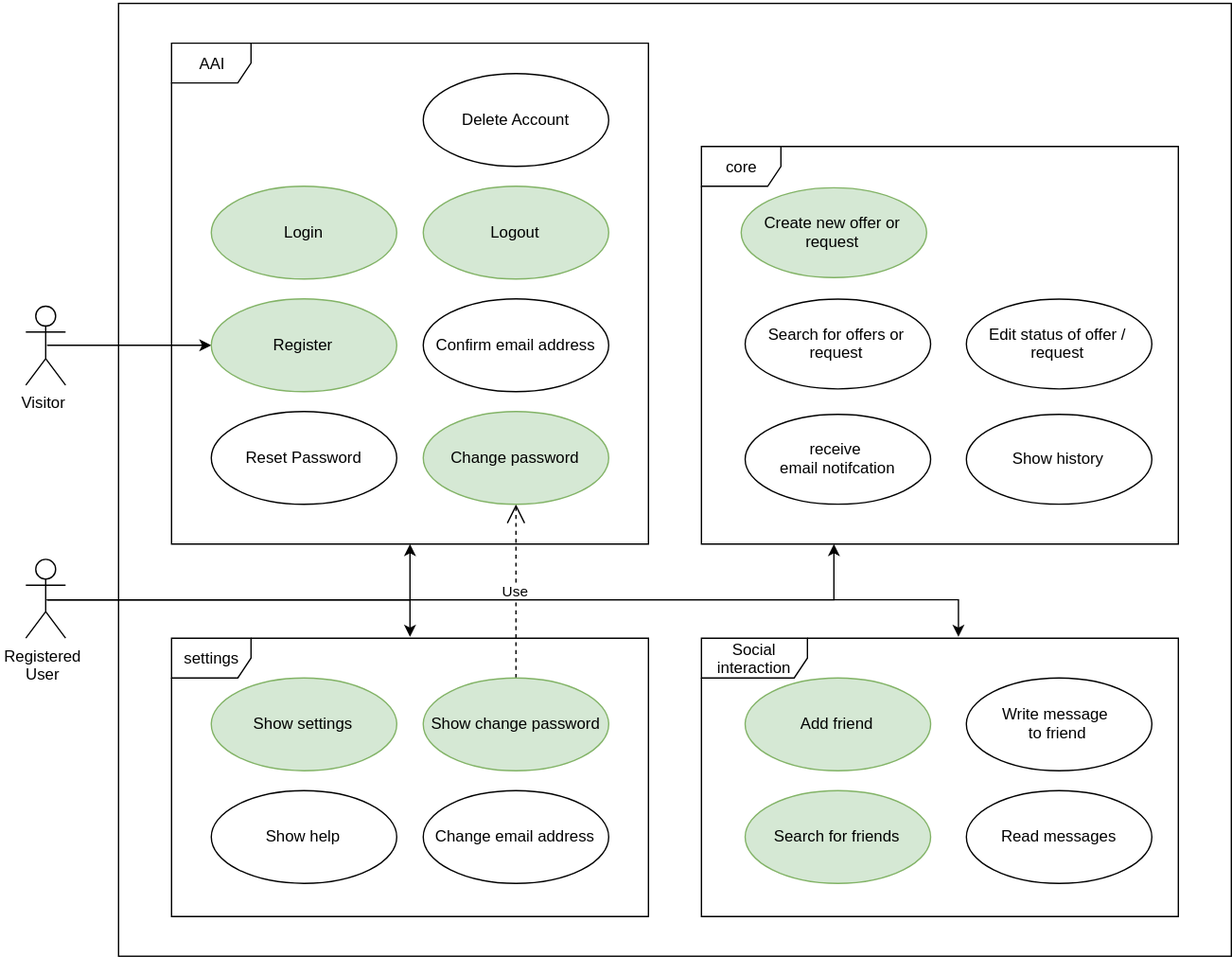
Earlier version of the draw.io export doc/use cases/SRS.svg (WMerk/vnvDoc). Source tidied: cells renumbered, new cells last; positions are measured from the earlier drawing's top-left corner, leaving out a move shared by most shapes.
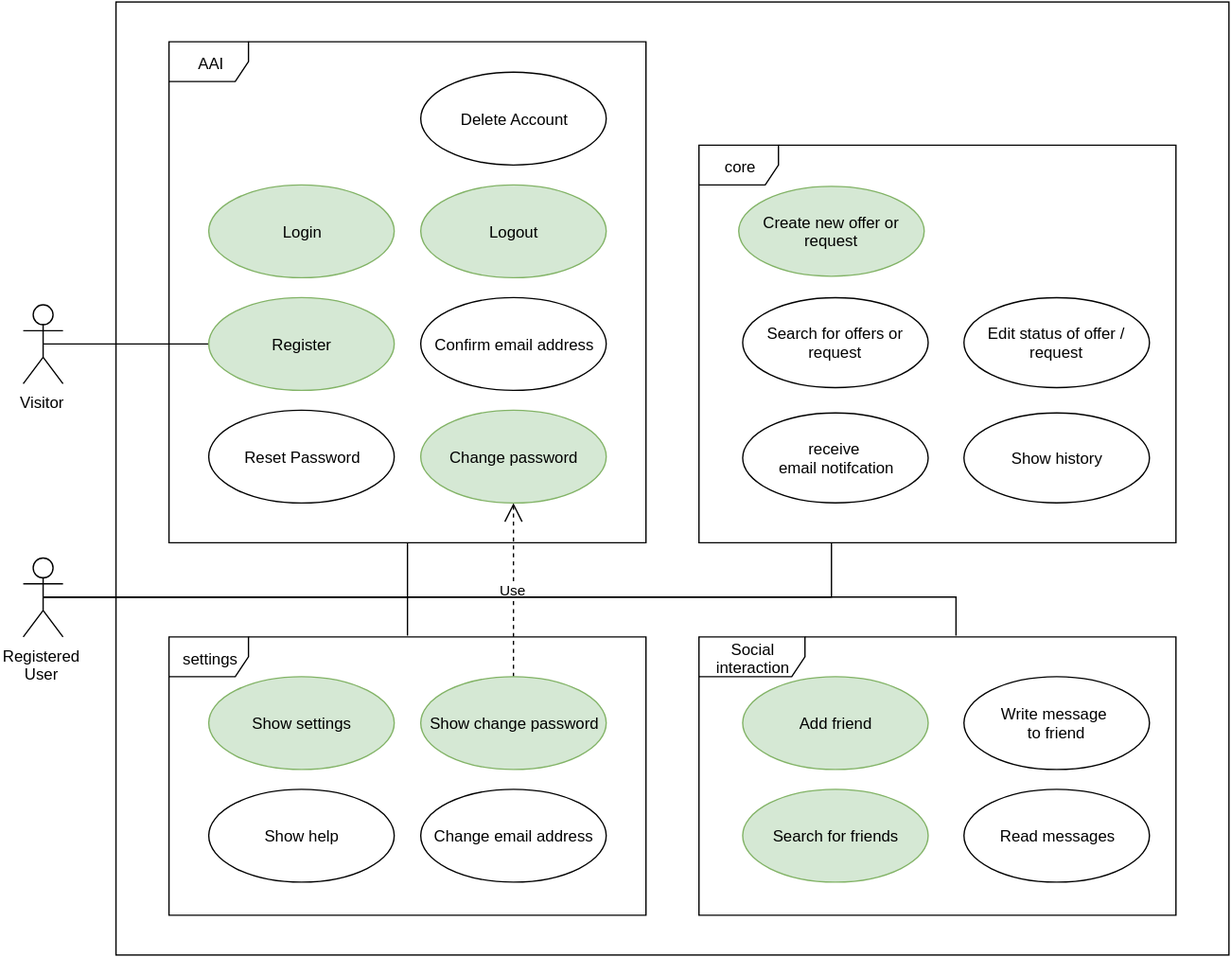
After the commit.

What changed in the source:
```diff
@@ -5,9 +5,6 @@
     <mxCell id="2" style="html=1;" parent="1" vertex="1">
       <mxGeometry x="70" width="840" height="719" as="geometry" />
     </mxCell>
-    <mxCell id="3" style="edgeStyle=orthogonalEdgeStyle;rounded=0;html=1;exitX=0.5;exitY=0.5;exitPerimeter=0;entryX=0.501;entryY=-0.007;entryPerimeter=0;jettySize=auto;" parent="1" edge="1" source="4" target="7">
-      <mxGeometry relative="1" as="geometry" />
-    </mxCell>
     <mxCell id="4" value="Registered&lt;div&gt;User&lt;/div&gt;" style="shape=umlActor;verticalLabelPosition=bottom;labelBackgroundColor=#ffffff;verticalAlign=top;html=1;" parent="1" vertex="1">
       <mxGeometry y="419" width="30" height="60" as="geometry" />
     </mxCell>
@@ -50,21 +47,21 @@
     <mxCell id="17" value="Social interaction" style="shape=umlFrame;whiteSpace=wrap;html=1;width=80;height=30;" parent="12" vertex="1">
       <mxGeometry width="360" height="210" as="geometry" />
     </mxCell>
-    <mxCell id="18" style="edgeStyle=orthogonalEdgeStyle;rounded=0;html=1;exitX=0.5;exitY=0.5;exitPerimeter=0;jettySize=auto;" parent="1" edge="1" source="4" target="34">
+    <mxCell id="18" style="edgeStyle=orthogonalEdgeStyle;rounded=0;html=1;exitX=0.5;exitY=0.5;exitPerimeter=0;jettySize=auto;endArrow=none;endFill=0;" parent="1" edge="1" source="4" target="34">
       <mxGeometry relative="1" as="geometry">
         <Array as="points">
           <mxPoint x="610" y="449" />
         </Array>
       </mxGeometry>
     </mxCell>
-    <mxCell id="19" style="edgeStyle=orthogonalEdgeStyle;rounded=0;html=1;exitX=0.5;exitY=0.5;exitPerimeter=0;entryX=0.539;entryY=-0.005;entryPerimeter=0;jettySize=auto;" parent="1" edge="1" source="4" target="17">
+    <mxCell id="19" style="edgeStyle=orthogonalEdgeStyle;rounded=0;html=1;exitX=0.5;exitY=0.5;exitPerimeter=0;entryX=0.539;entryY=-0.005;entryPerimeter=0;jettySize=auto;endArrow=none;endFill=0;" parent="1" edge="1" source="4" target="17">
       <mxGeometry relative="1" as="geometry">
         <Array as="points">
           <mxPoint x="704" y="449" />
         </Array>
       </mxGeometry>
     </mxCell>
-    <mxCell id="20" style="edgeStyle=orthogonalEdgeStyle;rounded=0;html=1;exitX=0.5;exitY=0.5;exitPerimeter=0;jettySize=auto;" parent="1" edge="1" source="4" target="26">
+    <mxCell id="20" style="edgeStyle=orthogonalEdgeStyle;rounded=0;html=1;exitX=0.5;exitY=0.5;exitPerimeter=0;jettySize=auto;endArrow=none;endFill=0;" parent="1" edge="1" source="4" target="26">
       <mxGeometry relative="1" as="geometry">
         <Array as="points">
           <mxPoint x="290" y="449" />
@@ -74,7 +71,7 @@
     <mxCell id="21" value="Visitor" style="shape=umlActor;verticalLabelPosition=bottom;labelBackgroundColor=#ffffff;verticalAlign=top;html=1;" parent="1" vertex="1">
       <mxGeometry y="228" width="30" height="60" as="geometry" />
     </mxCell>
-    <mxCell id="22" style="edgeStyle=orthogonalEdgeStyle;rounded=0;html=1;exitX=0.5;exitY=0.5;exitPerimeter=0;jettySize=auto;" parent="1" edge="1" source="21" target="28">
+    <mxCell id="22" style="edgeStyle=orthogonalEdgeStyle;rounded=0;html=1;exitX=0.5;exitY=0.5;exitPerimeter=0;jettySize=auto;endArrow=none;endFill=0;" parent="1" edge="1" source="21" target="28">
       <mxGeometry relative="1" as="geometry" />
     </mxCell>
     <mxCell id="23" style="group;" parent="1" vertex="1">
@@ -104,6 +101,9 @@
     <mxCell id="31" value="Delete Account" style="ellipse;whiteSpace=wrap;html=1;fillColor=#ffffff;strokeColor=#000000;" parent="23" vertex="1">
       <mxGeometry x="190" y="23" width="140" height="70" as="geometry" />
     </mxCell>
+    <mxCell id="3" style="edgeStyle=orthogonalEdgeStyle;rounded=0;html=1;exitX=0.5;exitY=0.5;exitPerimeter=0;entryX=0.501;entryY=-0.007;entryPerimeter=0;jettySize=auto;endArrow=none;endFill=0;" parent="1" edge="1" source="4" target="7">
+      <mxGeometry relative="1" as="geometry" />
+    </mxCell>
     <mxCell id="32" style="group;" parent="1" vertex="1">
       <mxGeometry x="510" y="108" width="360" height="300" as="geometry" />
     </mxCell>
```
